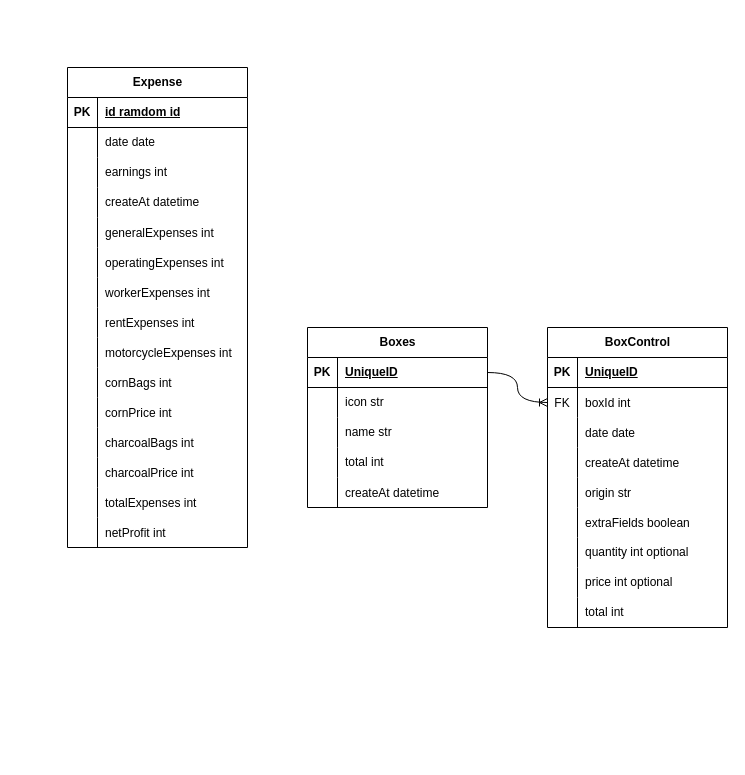
The draw.io diagram modelobd.drawio in JhoanCarvajal/app-arepas-contable, before the edit. Source tidied: cells renumbered, new cells numbered last; positions are measured from the earlier drawing's top-left corner, leaving out a move shared by most shapes. Both pictures are drawn from the tidied source at 100%, with x=0, y=0 at pixel (67, 67).
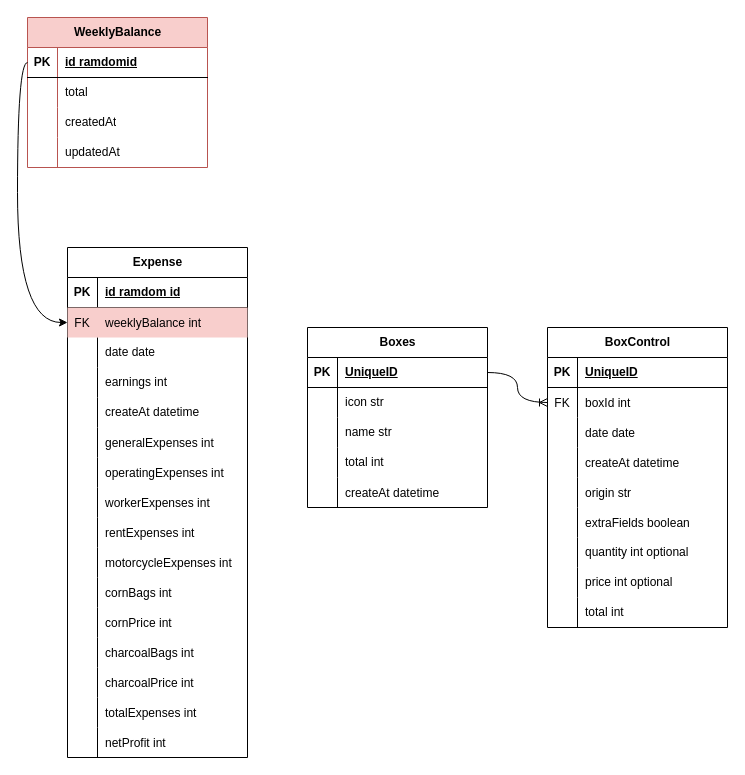
The same page after the edit.

Change to the diagram source:
```diff
@@
     <mxCell id="2" value="Expense" style="shape=table;startSize=30;childLayout=tableLayout;rowLines=0;fontStyle=1;align=center;html=1;" parent="1" vertex="1">
-      <mxGeometry width="180" height="480" as="geometry" />
+      <mxGeometry y="180" width="180" height="510" as="geometry" />
     </mxCell>
@@
+    <mxCell id="93" style="shape=tableRow;horizontal=0;startSize=0;swimlaneHead=0;swimlaneBody=0;fillColor=#f8cecc;points=[[0,0.5],[1,0.5]];portConstraint=eastwest;top=0;left=0;right=0;bottom=0;strokeColor=#b85450;" parent="2" vertex="1">
+      <mxGeometry y="60" width="180" height="30" as="geometry" />
+    </mxCell>
+    <mxCell id="94" value="FK" style="shape=partialRectangle;fillColor=none;top=0;left=0;bottom=0;right=0;overflow=hidden;" parent="93" vertex="1">
+      <mxGeometry width="30" height="30" as="geometry" />
+    </mxCell>
+    <mxCell id="95" value="weeklyBalance int" style="shape=partialRectangle;fillColor=none;top=0;left=0;bottom=0;right=0;align=left;spacingLeft=6;overflow=hidden;" parent="93" vertex="1">
+      <mxGeometry x="30" width="150" height="30" as="geometry" />
+    </mxCell>
     <mxCell id="6" style="shape=tableRow;horizontal=0;startSize=0;swimlaneHead=0;swimlaneBody=0;fillColor=none;top=0;left=0;right=0;bottom=0;" parent="2" vertex="1">
-      <mxGeometry y="60" width="180" height="30" as="geometry" />
+      <mxGeometry y="90" width="180" height="30" as="geometry" />
     </mxCell>
@@
     <mxCell id="9" style="shape=tableRow;horizontal=0;startSize=0;swimlaneHead=0;swimlaneBody=0;fillColor=none;top=0;left=0;right=0;bottom=0;" parent="2" vertex="1">
-      <mxGeometry y="90" width="180" height="30" as="geometry" />
+      <mxGeometry y="120" width="180" height="30" as="geometry" />
     </mxCell>
@@
     <mxCell id="12" style="shape=tableRow;horizontal=0;startSize=0;swimlaneHead=0;swimlaneBody=0;fillColor=none;top=0;left=0;right=0;bottom=0;" parent="2" vertex="1">
-      <mxGeometry y="120" width="180" height="30" as="geometry" />
+      <mxGeometry y="150" width="180" height="30" as="geometry" />
     </mxCell>
@@
     <mxCell id="15" style="shape=tableRow;horizontal=0;startSize=0;swimlaneHead=0;swimlaneBody=0;fillColor=none;top=0;left=0;right=0;bottom=0;" parent="2" vertex="1">
-      <mxGeometry y="150" width="180" height="30" as="geometry" />
+      <mxGeometry y="180" width="180" height="30" as="geometry" />
     </mxCell>
@@
     <mxCell id="18" style="shape=tableRow;horizontal=0;startSize=0;swimlaneHead=0;swimlaneBody=0;fillColor=none;top=0;left=0;right=0;bottom=0;" parent="2" vertex="1">
-      <mxGeometry y="180" width="180" height="30" as="geometry" />
+      <mxGeometry y="210" width="180" height="30" as="geometry" />
     </mxCell>
@@
     <mxCell id="21" style="shape=tableRow;horizontal=0;startSize=0;swimlaneHead=0;swimlaneBody=0;fillColor=none;top=0;left=0;right=0;bottom=0;" parent="2" vertex="1">
-      <mxGeometry y="210" width="180" height="30" as="geometry" />
+      <mxGeometry y="240" width="180" height="30" as="geometry" />
     </mxCell>
@@
     <mxCell id="24" style="shape=tableRow;horizontal=0;startSize=0;swimlaneHead=0;swimlaneBody=0;fillColor=none;top=0;left=0;right=0;bottom=0;" parent="2" vertex="1">
-      <mxGeometry y="240" width="180" height="30" as="geometry" />
+      <mxGeometry y="270" width="180" height="30" as="geometry" />
     </mxCell>
@@
     <mxCell id="27" style="shape=tableRow;horizontal=0;startSize=0;swimlaneHead=0;swimlaneBody=0;fillColor=none;top=0;left=0;right=0;bottom=0;" parent="2" vertex="1">
-      <mxGeometry y="270" width="180" height="30" as="geometry" />
+      <mxGeometry y="300" width="180" height="30" as="geometry" />
     </mxCell>
@@
     <mxCell id="30" style="shape=tableRow;horizontal=0;startSize=0;swimlaneHead=0;swimlaneBody=0;fillColor=none;top=0;left=0;right=0;bottom=0;" parent="2" vertex="1">
-      <mxGeometry y="300" width="180" height="30" as="geometry" />
+      <mxGeometry y="330" width="180" height="30" as="geometry" />
     </mxCell>
@@
     <mxCell id="33" style="shape=tableRow;horizontal=0;startSize=0;swimlaneHead=0;swimlaneBody=0;fillColor=none;top=0;left=0;right=0;bottom=0;" parent="2" vertex="1">
-      <mxGeometry y="330" width="180" height="30" as="geometry" />
+      <mxGeometry y="360" width="180" height="30" as="geometry" />
     </mxCell>
@@
     <mxCell id="36" style="shape=tableRow;horizontal=0;startSize=0;swimlaneHead=0;swimlaneBody=0;fillColor=none;top=0;left=0;right=0;bottom=0;" parent="2" vertex="1">
-      <mxGeometry y="360" width="180" height="30" as="geometry" />
+      <mxGeometry y="390" width="180" height="30" as="geometry" />
     </mxCell>
@@
     <mxCell id="39" style="shape=tableRow;horizontal=0;startSize=0;swimlaneHead=0;swimlaneBody=0;fillColor=none;top=0;left=0;right=0;bottom=0;" parent="2" vertex="1">
-      <mxGeometry y="390" width="180" height="30" as="geometry" />
+      <mxGeometry y="420" width="180" height="30" as="geometry" />
     </mxCell>
@@
     <mxCell id="42" style="shape=tableRow;horizontal=0;startSize=0;swimlaneHead=0;swimlaneBody=0;fillColor=none;top=0;left=0;right=0;bottom=0;" parent="2" vertex="1">
-      <mxGeometry y="420" width="180" height="30" as="geometry" />
+      <mxGeometry y="450" width="180" height="30" as="geometry" />
     </mxCell>
@@
     <mxCell id="45" style="shape=tableRow;horizontal=0;startSize=0;swimlaneHead=0;swimlaneBody=0;fillColor=none;top=0;left=0;right=0;bottom=0;" parent="2" vertex="1">
-      <mxGeometry y="450" width="180" height="30" as="geometry" />
+      <mxGeometry y="480" width="180" height="30" as="geometry" />
     </mxCell>
@@
+    <mxCell id="96" value="WeeklyBalance" style="shape=table;startSize=30;childLayout=tableLayout;rowLines=0;fontStyle=1;align=center;html=1;fillColor=#f8cecc;strokeColor=#b85450;" parent="1" vertex="1">
+      <mxGeometry x="-40" y="-50" width="180" height="150" as="geometry" />
+    </mxCell>
+    <mxCell id="97" style="shape=tableRow;horizontal=0;startSize=0;swimlaneHead=0;swimlaneBody=0;fillColor=none;points=[[0,0.5],[1,0.5]];portConstraint=eastwest;top=0;left=0;right=0;bottom=1;" parent="96" vertex="1">
+      <mxGeometry y="30" width="180" height="30" as="geometry" />
+    </mxCell>
+    <mxCell id="98" value="PK" style="shape=partialRectangle;fillColor=none;top=0;left=0;bottom=0;right=0;fontStyle=1;overflow=hidden;whiteSpace=wrap;html=1;" parent="97" vertex="1">
+      <mxGeometry width="30" height="30" as="geometry" />
+    </mxCell>
+    <mxCell id="99" value="id ramdomid" style="shape=partialRectangle;fillColor=none;top=0;left=0;bottom=0;right=0;align=left;spacingLeft=6;fontStyle=5;overflow=hidden;whiteSpace=wrap;html=1;" parent="97" vertex="1">
+      <mxGeometry x="30" width="150" height="30" as="geometry" />
+    </mxCell>
+    <mxCell id="100" style="shape=tableRow;horizontal=0;startSize=0;swimlaneHead=0;swimlaneBody=0;fillColor=none;top=0;left=0;right=0;bottom=0;" parent="96" vertex="1">
+      <mxGeometry y="60" width="180" height="30" as="geometry" />
+    </mxCell>
+    <mxCell id="101" style="shape=partialRectangle;fillColor=none;top=0;left=0;bottom=0;right=0;overflow=hidden;whiteSpace=wrap;html=1;" parent="100" vertex="1">
+      <mxGeometry width="30" height="30" as="geometry" />
+    </mxCell>
+    <mxCell id="102" value="total" style="shape=partialRectangle;fillColor=none;top=0;left=0;bottom=0;right=0;align=left;spacingLeft=6;overflow=hidden;whiteSpace=wrap;html=1;" parent="100" vertex="1">
+      <mxGeometry x="30" width="150" height="30" as="geometry" />
+    </mxCell>
+    <mxCell id="103" style="shape=tableRow;horizontal=0;startSize=0;swimlaneHead=0;swimlaneBody=0;fillColor=none;top=0;left=0;right=0;bottom=0;" parent="96" vertex="1">
+      <mxGeometry y="90" width="180" height="30" as="geometry" />
+    </mxCell>
+    <mxCell id="104" style="shape=partialRectangle;fillColor=none;top=0;left=0;bottom=0;right=0;overflow=hidden;whiteSpace=wrap;html=1;" parent="103" vertex="1">
+      <mxGeometry width="30" height="30" as="geometry" />
+    </mxCell>
+    <mxCell id="105" value="createdAt" style="shape=partialRectangle;fillColor=none;top=0;left=0;bottom=0;right=0;align=left;spacingLeft=6;overflow=hidden;whiteSpace=wrap;html=1;" parent="103" vertex="1">
+      <mxGeometry x="30" width="150" height="30" as="geometry" />
+    </mxCell>
+    <mxCell id="106" style="shape=tableRow;horizontal=0;startSize=0;swimlaneHead=0;swimlaneBody=0;fillColor=none;top=0;left=0;right=0;bottom=0;" parent="96" vertex="1">
+      <mxGeometry y="120" width="180" height="30" as="geometry" />
+    </mxCell>
+    <mxCell id="107" style="shape=partialRectangle;fillColor=none;top=0;left=0;bottom=0;right=0;overflow=hidden;whiteSpace=wrap;html=1;" parent="106" vertex="1">
+      <mxGeometry width="30" height="30" as="geometry" />
+    </mxCell>
+    <mxCell id="108" value="updatedAt" style="shape=partialRectangle;fillColor=none;top=0;left=0;bottom=0;right=0;align=left;spacingLeft=6;overflow=hidden;whiteSpace=wrap;html=1;" parent="106" vertex="1">
+      <mxGeometry x="30" width="150" height="30" as="geometry" />
+    </mxCell>
+    <mxCell id="109" style="edgeStyle=orthogonalEdgeStyle;html=1;exitX=0;exitY=0.5;exitDx=0;exitDy=0;entryX=0;entryY=0.5;entryDx=0;entryDy=0;curved=1;" parent="1" edge="1" source="97" target="93">
+      <mxGeometry relative="1" as="geometry" />
+    </mxCell>
```
